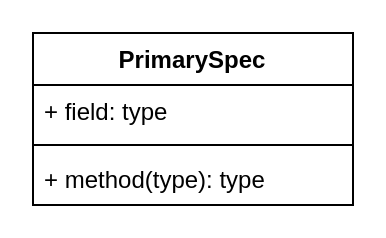
This is OOP/RealtyDatabase/RealtyDatabase.drawio from wang-owen/ICS4U, a draw.io file, before an edit. Source tidied: cells renumbered, new cells numbered last; positions are measured from the earlier drawing's top-left corner, leaving out a move shared by most shapes. Both pictures are drawn from the tidied source at 200%, with x=0, y=0 at pixel (32, 32).
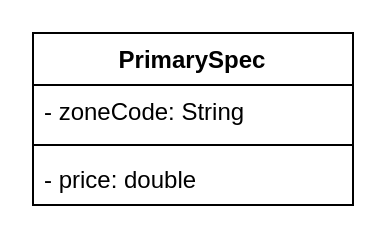
The same page after the edit.

The edit, as a diff of the source:
```diff
@@
 <mxGraphModel>
   <root>
     <mxCell id="0" />
     <mxCell id="1" parent="0" />
     <mxCell id="2" value="PrimarySpec" style="swimlane;fontStyle=1;align=center;verticalAlign=top;horizontal=1;startSize=26;" parent="1" vertex="1">
       <mxGeometry width="160" height="86" as="geometry" />
     </mxCell>
-    <mxCell id="3" value="+ field: type" style="text;strokeColor=none;fillColor=none;align=left;verticalAlign=top;spacingLeft=4;spacingRight=4;overflow=hidden;" parent="2" vertex="1">
+    <mxCell id="3" value="- zoneCode: String" style="text;strokeColor=none;fillColor=none;align=left;verticalAlign=top;spacingLeft=4;spacingRight=4;overflow=hidden;" parent="2" vertex="1">
       <mxGeometry y="26" width="160" height="26" as="geometry" />
     </mxCell>
     <mxCell id="4" style="line;strokeWidth=1;fillColor=none;align=left;verticalAlign=middle;spacingTop=-1;spacingLeft=3;spacingRight=3;labelPosition=right;strokeColor=inherit;" parent="2" vertex="1">
       <mxGeometry y="52" width="160" height="8" as="geometry" />
     </mxCell>
-    <mxCell id="5" value="+ method(type): type" style="text;strokeColor=none;fillColor=none;align=left;verticalAlign=top;spacingLeft=4;spacingRight=4;overflow=hidden;" parent="2" vertex="1">
+    <mxCell id="5" value="- price: double" style="text;strokeColor=none;fillColor=none;align=left;verticalAlign=top;spacingLeft=4;spacingRight=4;overflow=hidden;" parent="2" vertex="1">
       <mxGeometry y="60" width="160" height="26" as="geometry" />
     </mxCell>
   </root>
 </mxGraphModel>
```
